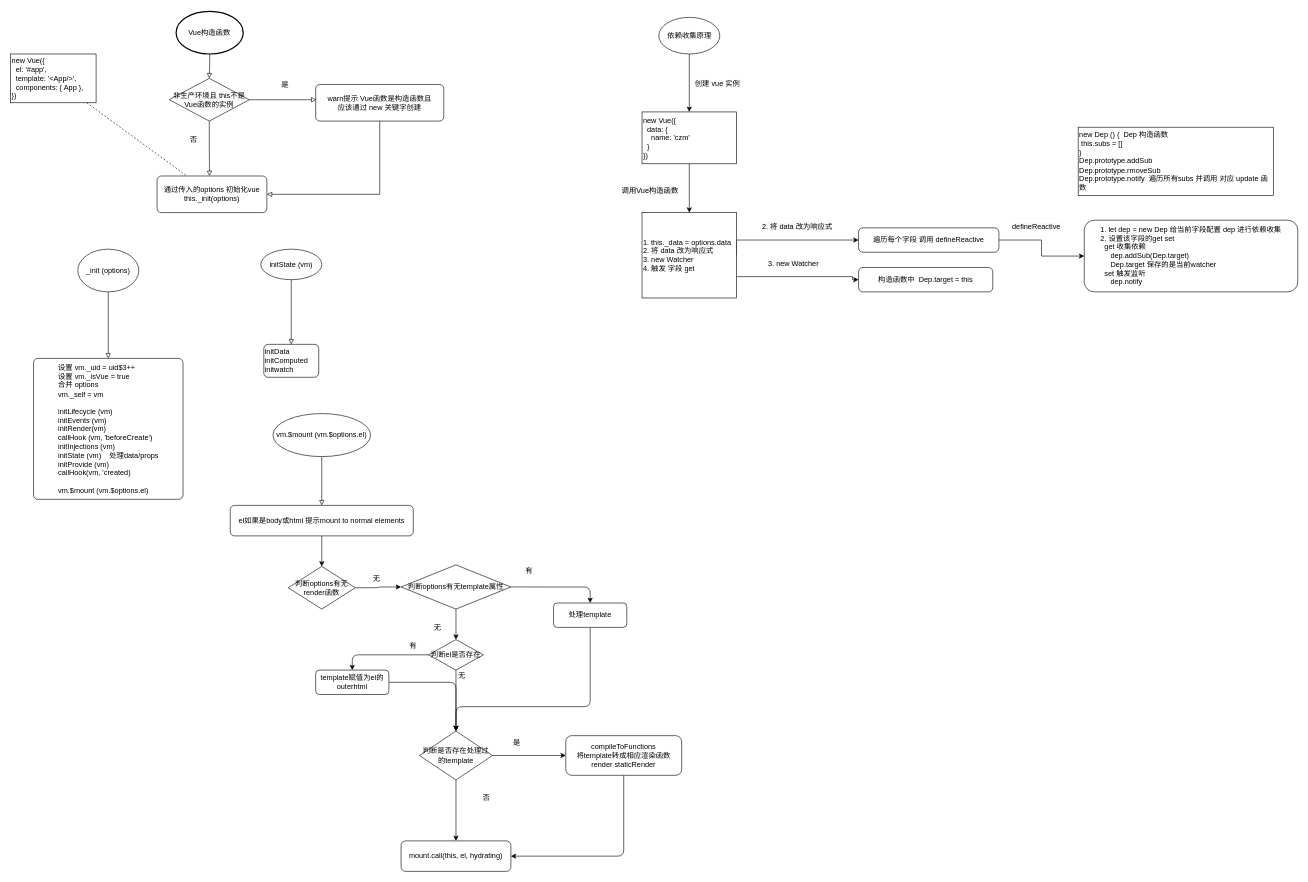
Before: Untitled Diagram.drawio in uljf45/yuwan, a draw.io diagram. Source tidied: cells renumbered, new cells numbered last; positions are measured from the earlier drawing's top-left corner, leaving out a move shared by most shapes. Both pictures are drawn from the tidied source at 61%, with x=0, y=0 at pixel (10, 11).
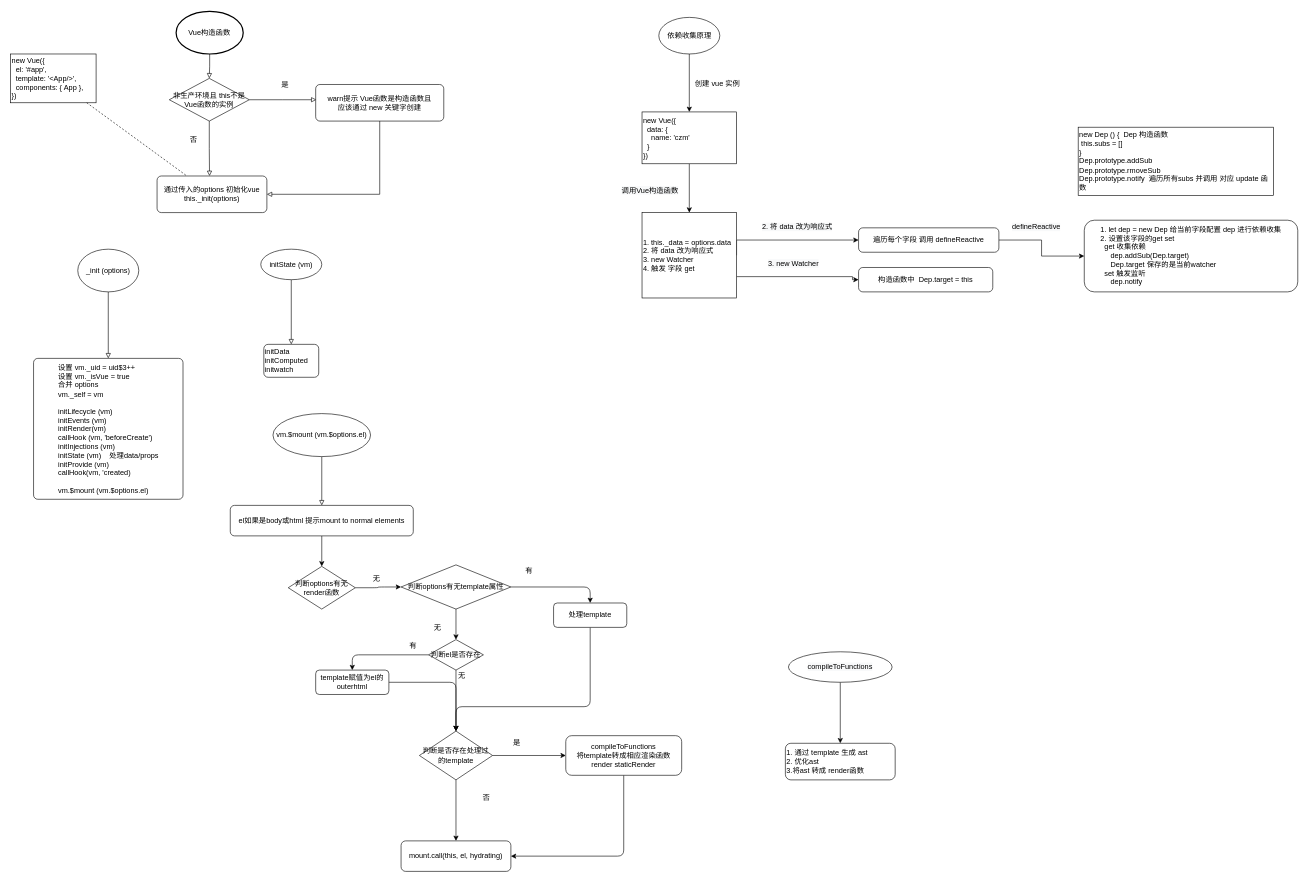
Above is the later version.

Diff of the diagram source:
```diff
@@
+    <mxCell id="66" style="edgeStyle=orthogonalEdgeStyle;rounded=0;jettySize=auto;html=1;" parent="1" edge="1" source="67" target="68">
+      <mxGeometry relative="1" as="geometry" />
+    </mxCell>
+    <mxCell id="67" value="&#10;&#10;&lt;span style=&quot;color: rgb(0, 0, 0); font-family: helvetica; font-size: 12px; font-style: normal; font-weight: 400; letter-spacing: normal; text-align: center; text-indent: 0px; text-transform: none; word-spacing: 0px; background-color: rgb(248, 249, 250); display: inline; float: none;&quot;&gt;compileToFunctions&lt;/span&gt;&#10;&#10;" style="strokeWidth=1;html=1;shape=mxgraph.flowchart.start_1;whiteSpace=wrap;" parent="1" vertex="1">
+      <mxGeometry x="1275" y="1050" width="170" height="50" as="geometry" />
+    </mxCell>
+    <mxCell id="68" value="1. 通过 template 生成 ast&lt;br&gt;2. 优化ast&lt;br&gt;3.将ast 转成 render函数" style="whiteSpace=wrap;html=1;strokeWidth=1;rounded=1;align=left;" parent="1" vertex="1">
+      <mxGeometry x="1270" y="1200" width="180" height="60" as="geometry" />
+    </mxCell>
```
